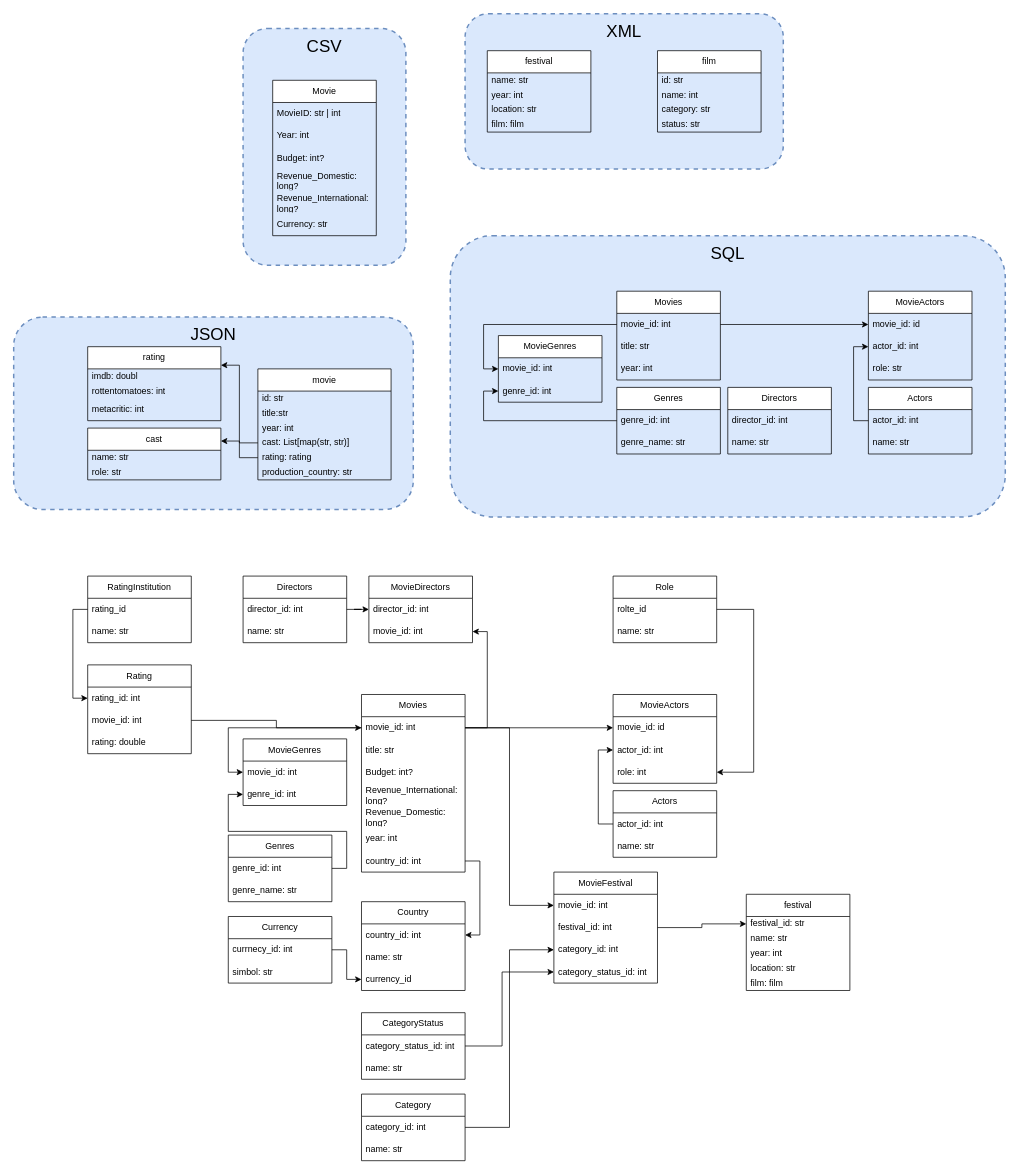
JonasNapierski/RBZ-Projekt keeps this draw.io diagram as Data/RBZ-Projekt.drawio. Above is the earlier version. Source tidied: cells renumbered, new cells numbered last; positions are measured from the earlier drawing's top-left corner, leaving out a move shared by most shapes. Both pictures are drawn from the tidied source at 74%, with x=0, y=0 at pixel (13, 13).
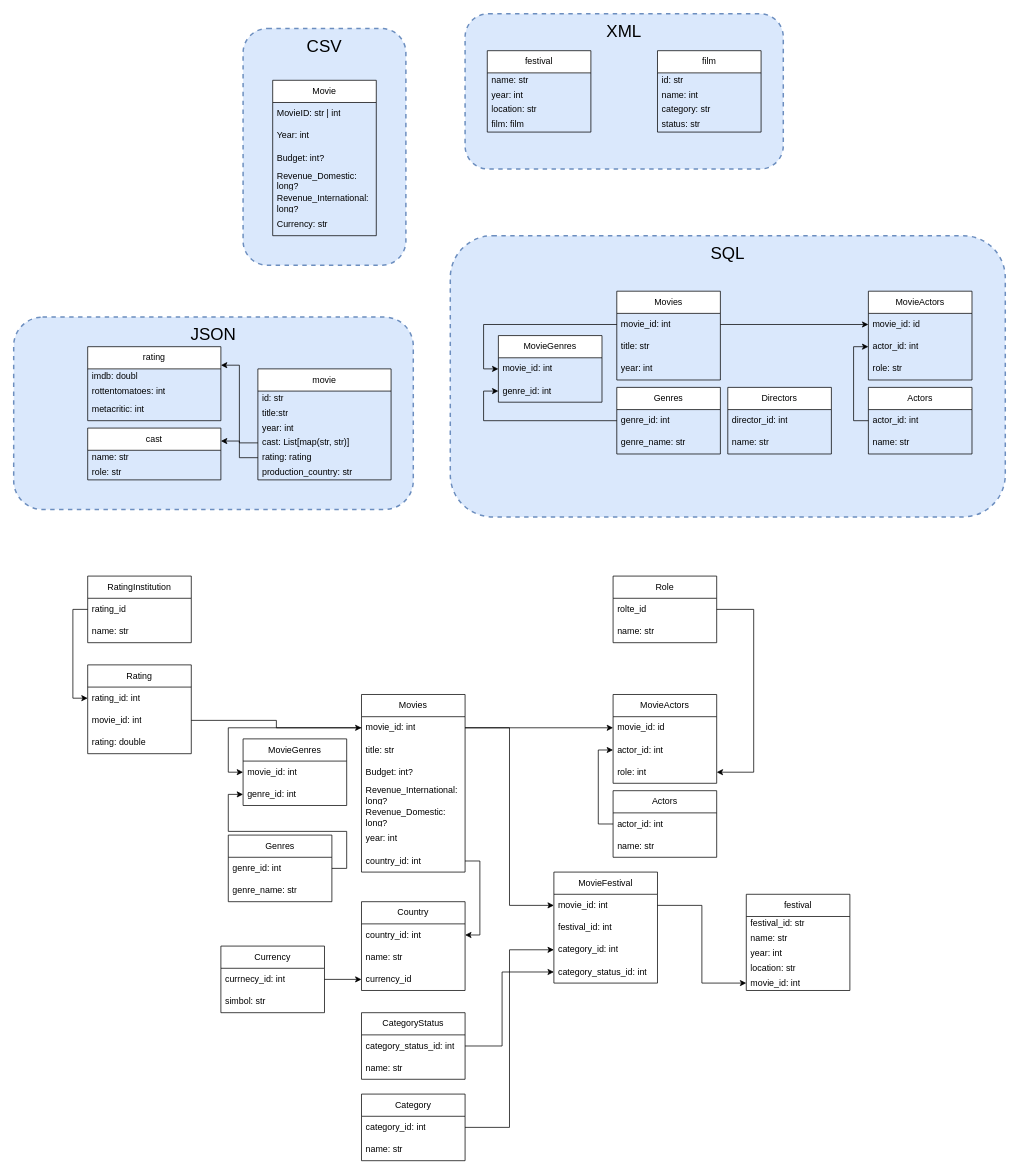
The same page after the edit.

Unchanged cells that the change refers to:
```xml
<mxCell id="59" value="movie_id: int" style="text;strokeColor=none;fillColor=none;align=left;verticalAlign=middle;spacingLeft=4;spacingRight=4;overflow=hidden;points=[[0,0.5],[1,0.5]];portConstraint=eastwest;whiteSpace=wrap;html=1;" parent="58" vertex="1">
  <mxGeometry y="30" width="140" height="30" as="geometry" />
</mxCell>
<mxCell id="118" value="festival" style="swimlane;fontStyle=0;horizontal=1;startSize=30;whiteSpace=wrap;html=1;" parent="1" vertex="1">
  <mxGeometry x="990" y="1190" width="140" height="130" as="geometry" />
</mxCell>
<mxCell id="119" value="&lt;div&gt;festival_id: str&lt;/div&gt;" style="text;strokeColor=none;fillColor=none;align=left;verticalAlign=middle;spacingLeft=4;spacingRight=4;overflow=hidden;points=[[0,0.5],[1,0.5]];portConstraint=eastwest;whiteSpace=wrap;html=1;" parent="118" vertex="1">
  <mxGeometry y="30" width="140" height="20" as="geometry" />
</mxCell>
<mxCell id="125" value="movie_id: int" style="text;strokeColor=none;fillColor=none;align=left;verticalAlign=middle;spacingLeft=4;spacingRight=4;overflow=hidden;points=[[0,0.5],[1,0.5]];portConstraint=eastwest;whiteSpace=wrap;html=1;" parent="124" vertex="1">
  <mxGeometry y="30" width="140" height="30" as="geometry" />
</mxCell>
<mxCell id="126" value="festival_id: int" style="text;strokeColor=none;fillColor=none;align=left;verticalAlign=middle;spacingLeft=4;spacingRight=4;overflow=hidden;points=[[0,0.5],[1,0.5]];portConstraint=eastwest;whiteSpace=wrap;html=1;" parent="124" vertex="1">
  <mxGeometry y="60" width="140" height="30" as="geometry" />
</mxCell>
```

What changed in the source:
```diff
@@
-    <mxCell id="66" value="Directors" style="swimlane;fontStyle=0;horizontal=1;startSize=30;whiteSpace=wrap;html=1;" parent="1" vertex="1">
-      <mxGeometry x="310" y="760" width="140" height="90" as="geometry" />
-    </mxCell>
-    <mxCell id="67" value="director_id: int" style="text;strokeColor=none;fillColor=none;align=left;verticalAlign=middle;spacingLeft=4;spacingRight=4;overflow=hidden;points=[[0,0.5],[1,0.5]];portConstraint=eastwest;whiteSpace=wrap;html=1;" parent="66" vertex="1">
-      <mxGeometry y="30" width="140" height="30" as="geometry" />
-    </mxCell>
-    <mxCell id="68" value="name: str" style="text;strokeColor=none;fillColor=none;align=left;verticalAlign=middle;spacingLeft=4;spacingRight=4;overflow=hidden;whiteSpace=wrap;html=1;" parent="66" vertex="1">
-      <mxGeometry y="60" width="140" height="30" as="geometry" />
-    </mxCell>
@@
-    <mxCell id="90" value="MovieDirectors" style="swimlane;fontStyle=0;horizontal=1;startSize=30;whiteSpace=wrap;html=1;" parent="1" vertex="1">
-      <mxGeometry x="480" y="760" width="140" height="90" as="geometry" />
-    </mxCell>
-    <mxCell id="91" value="director_id: int" style="text;strokeColor=none;fillColor=none;align=left;verticalAlign=middle;spacingLeft=4;spacingRight=4;overflow=hidden;points=[[0,0.5],[1,0.5]];portConstraint=eastwest;whiteSpace=wrap;html=1;" parent="90" vertex="1">
-      <mxGeometry y="30" width="140" height="30" as="geometry" />
-    </mxCell>
-    <mxCell id="92" value="movie_id: int" style="text;strokeColor=none;fillColor=none;align=left;verticalAlign=middle;spacingLeft=4;spacingRight=4;overflow=hidden;points=[[0,0.5],[1,0.5]];portConstraint=eastwest;whiteSpace=wrap;html=1;" parent="90" vertex="1">
-      <mxGeometry y="60" width="140" height="30" as="geometry" />
-    </mxCell>
-    <mxCell id="93" style="edgeStyle=orthogonalEdgeStyle;rounded=0;jettySize=auto;html=1;entryX=1;entryY=0.5;entryDx=0;entryDy=0;" parent="1" edge="1" source="59" target="92">
-      <mxGeometry relative="1" as="geometry">
-        <Array as="points">
-          <mxPoint x="640" y="965" />
-          <mxPoint x="640" y="835" />
-        </Array>
-      </mxGeometry>
-    </mxCell>
-    <mxCell id="94" style="edgeStyle=orthogonalEdgeStyle;rounded=0;jettySize=auto;html=1;entryX=0;entryY=0.5;entryDx=0;entryDy=0;" parent="1" edge="1" source="67" target="91">
-      <mxGeometry relative="1" as="geometry" />
-    </mxCell>
@@
     <mxCell id="113" value="Currency" style="swimlane;fontStyle=0;horizontal=1;startSize=30;whiteSpace=wrap;html=1;" parent="1" vertex="1">
-      <mxGeometry x="290" y="1220" width="140" height="90" as="geometry" />
+      <mxGeometry x="280" y="1260" width="140" height="90" as="geometry" />
     </mxCell>
@@
-    <mxCell id="123" value="film: film" style="text;strokeColor=none;fillColor=none;align=left;verticalAlign=middle;spacingLeft=4;spacingRight=4;overflow=hidden;points=[[0,0.5],[1,0.5]];portConstraint=eastwest;whiteSpace=wrap;html=1;" parent="118" vertex="1">
+    <mxCell id="123" value="movie_id: int" style="text;strokeColor=none;fillColor=none;align=left;verticalAlign=middle;spacingLeft=4;spacingRight=4;overflow=hidden;points=[[0,0.5],[1,0.5]];portConstraint=eastwest;whiteSpace=wrap;html=1;" parent="118" vertex="1">
       <mxGeometry y="110" width="140" height="20" as="geometry" />
     </mxCell>
@@
-    <mxCell id="138" style="edgeStyle=orthogonalEdgeStyle;rounded=0;jettySize=auto;html=1;entryX=0;entryY=0.5;entryDx=0;entryDy=0;" parent="1" edge="1" source="126" target="119">
+    <mxCell id="138" style="edgeStyle=orthogonalEdgeStyle;rounded=0;jettySize=auto;html=1;entryX=0;entryY=0.5;entryDx=0;entryDy=0;exitX=1;exitY=0.5;exitDx=0;exitDy=0;" parent="1" edge="1" source="125" target="123">
       <mxGeometry relative="1" as="geometry" />
     </mxCell>
```
